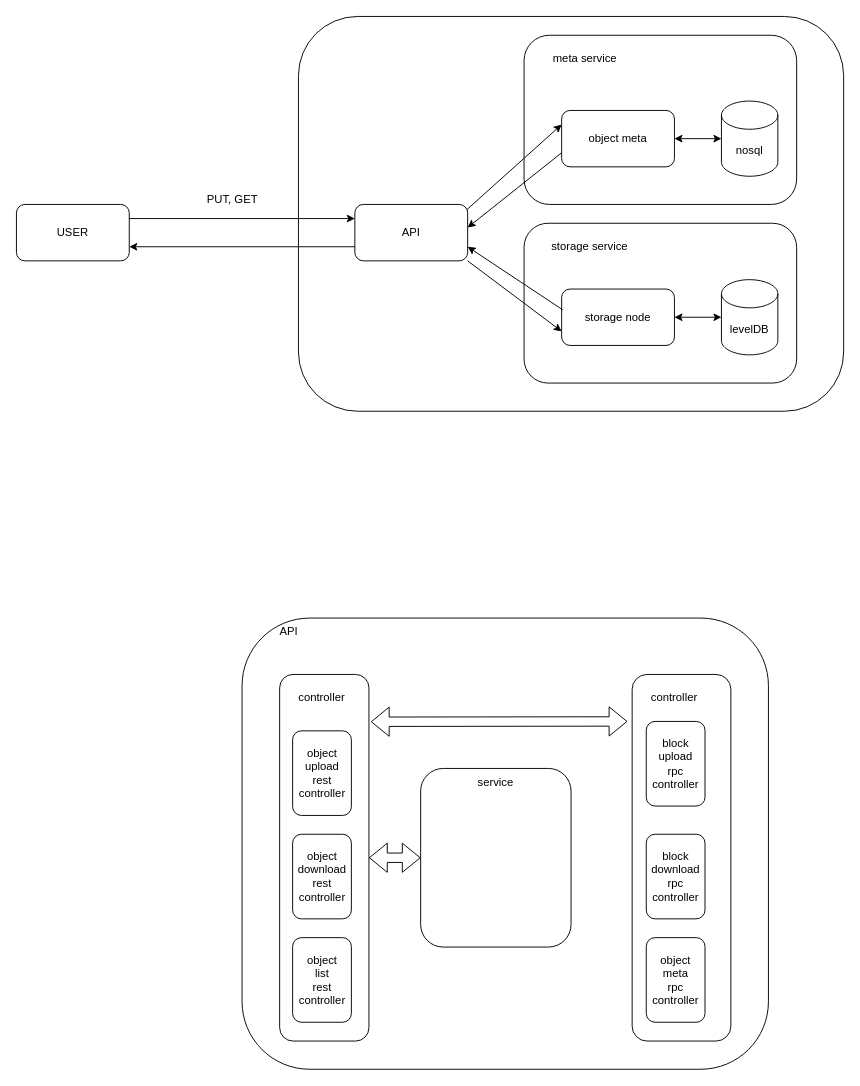
This is page "architecture_v1" (2 of 3) of doc/doc.drawio from ISSuh/sos, a draw.io file, before an edit. Source tidied: cells renumbered, new cells numbered last; positions are measured from the earlier drawing's top-left corner, leaving out a move shared by most shapes. Both pictures are drawn from the tidied source at 94%, with x=0, y=0 at pixel (16, 16).
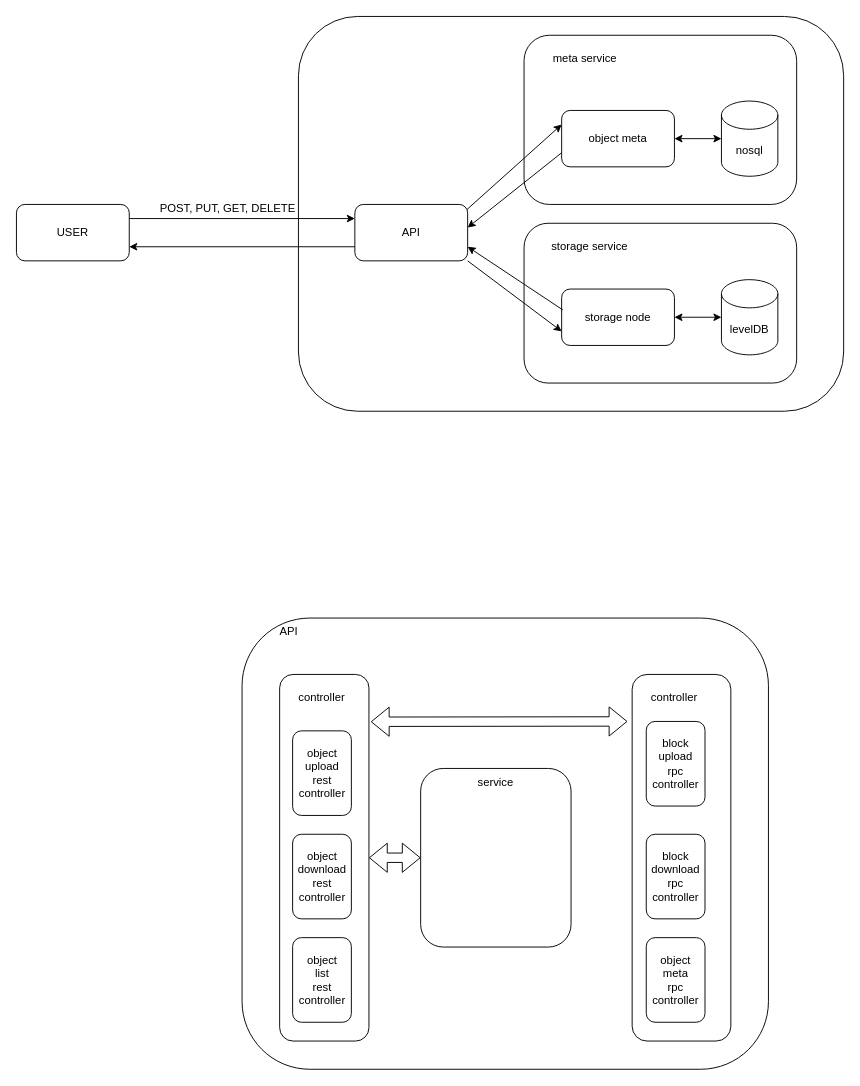
The same diagram, later.

Change to the diagram source:
```diff
@@
-    <mxCell id="8" value="PUT, GET" style="text;html=1;strokeColor=none;fillColor=none;align=center;verticalAlign=middle;whiteSpace=wrap;rounded=0;" parent="1" vertex="1">
-      <mxGeometry x="200" y="180" width="60" height="30" as="geometry" />
-    </mxCell>
@@
+    <mxCell id="38" value="POST, PUT, GET, DELETE" style="text;html=1;strokeColor=none;fillColor=none;align=center;verticalAlign=middle;whiteSpace=wrap;rounded=0;" parent="1" vertex="1">
+      <mxGeometry x="140" y="190" width="170" height="30" as="geometry" />
+    </mxCell>
```
